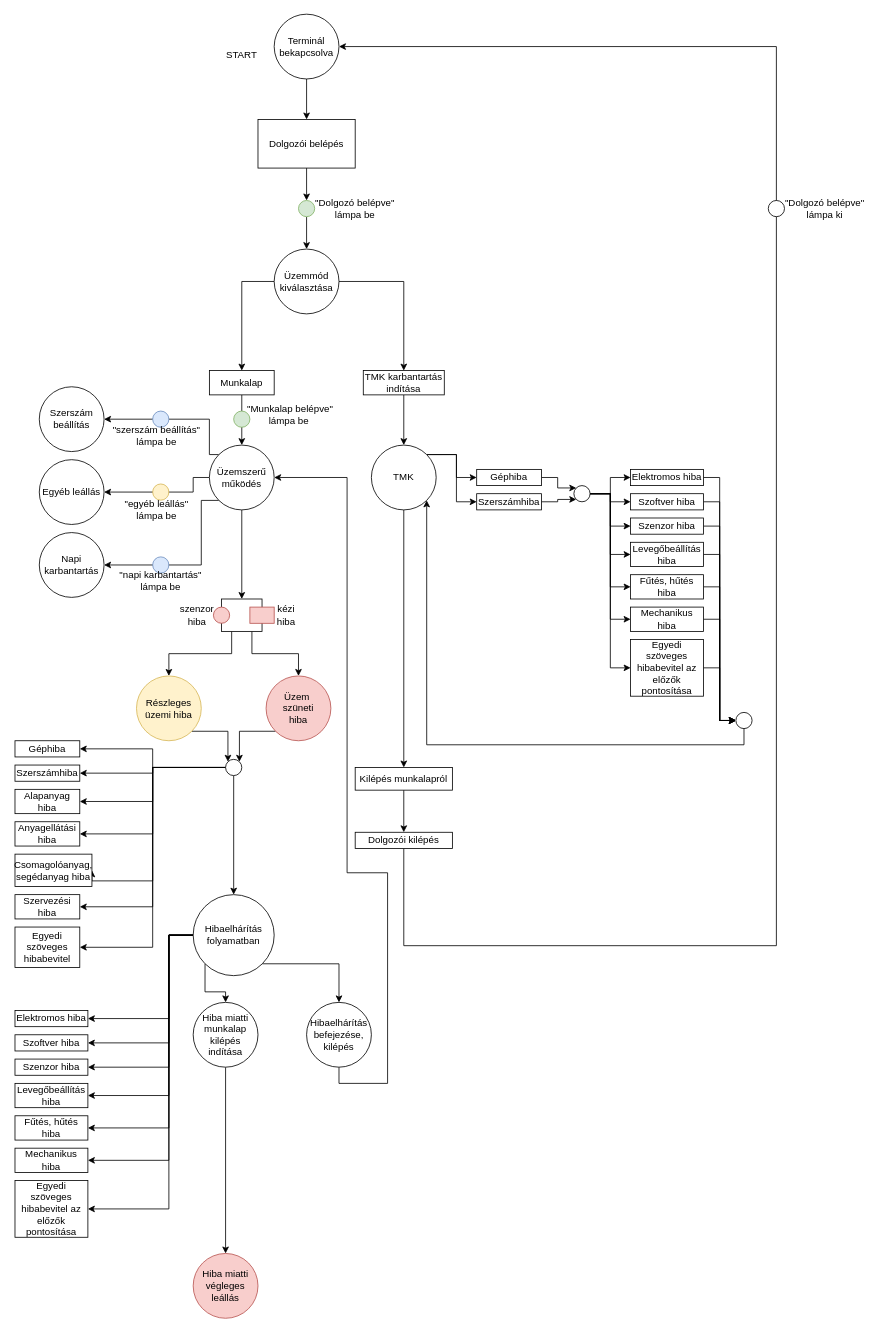
Before: mesterminal_flowchart.drawio in KerteszZoltan/mesterminal, a draw.io diagram. Source tidied: cells renumbered, new cells numbered last; positions are measured from the earlier drawing's top-left corner, leaving out a move shared by most shapes. Both pictures are drawn from the tidied source at 81%, with x=0, y=0 at pixel (15, 14).
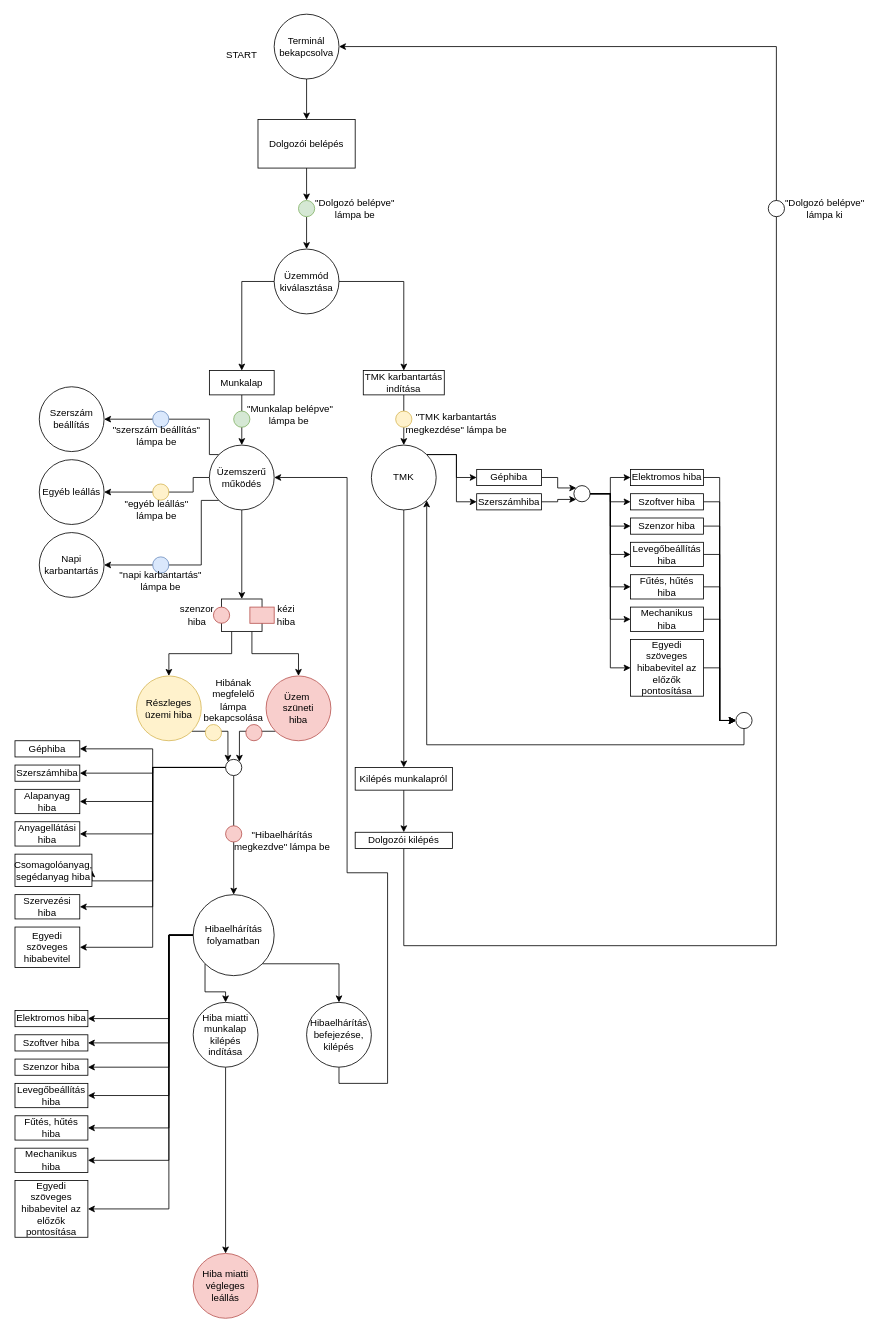
After the change.

Commit message:
lamp treatment update

Change to the diagram source:
```diff
@@
+    <mxCell id="120" style="ellipse;whiteSpace=wrap;html=1;fillColor=#f8cecc;strokeColor=#b85450;" parent="1" vertex="1">
+      <mxGeometry x="285" y="877" width="20" height="20" as="geometry" />
+    </mxCell>
+    <mxCell id="121" style="ellipse;whiteSpace=wrap;html=1;fillColor=#fff2cc;strokeColor=#d6b656;" parent="1" vertex="1">
+      <mxGeometry x="235" y="877" width="20" height="20" as="geometry" />
+    </mxCell>
+    <mxCell id="122" value="Hibának megfelelő lámpa bekapcsolása" style="text;html=1;strokeColor=none;fillColor=none;align=center;verticalAlign=middle;whiteSpace=wrap;rounded=0;" parent="1" vertex="1">
+      <mxGeometry x="240" y="832" width="60" height="30" as="geometry" />
+    </mxCell>
+    <mxCell id="123" style="ellipse;whiteSpace=wrap;html=1;fillColor=#fff2cc;strokeColor=#d6b656;" parent="1" vertex="1">
+      <mxGeometry x="470" y="490" width="20" height="20" as="geometry" />
+    </mxCell>
+    <mxCell id="124" value="&quot;TMK karbantartás megkezdése&quot; lámpa be" style="text;html=1;strokeColor=none;fillColor=none;align=center;verticalAlign=middle;whiteSpace=wrap;rounded=0;" parent="1" vertex="1">
+      <mxGeometry x="480" y="490" width="130" height="30" as="geometry" />
+    </mxCell>
+    <mxCell id="125" style="ellipse;whiteSpace=wrap;html=1;fillColor=#f8cecc;strokeColor=#b85450;" parent="1" vertex="1">
+      <mxGeometry x="260" y="1002" width="20" height="20" as="geometry" />
+    </mxCell>
+    <mxCell id="126" value="&quot;Hibaelhárítás megkezdve&quot; lámpa be" style="text;html=1;strokeColor=none;fillColor=none;align=center;verticalAlign=middle;whiteSpace=wrap;rounded=0;" parent="1" vertex="1">
+      <mxGeometry x="265" y="1005" width="130" height="30" as="geometry" />
+    </mxCell>
```
